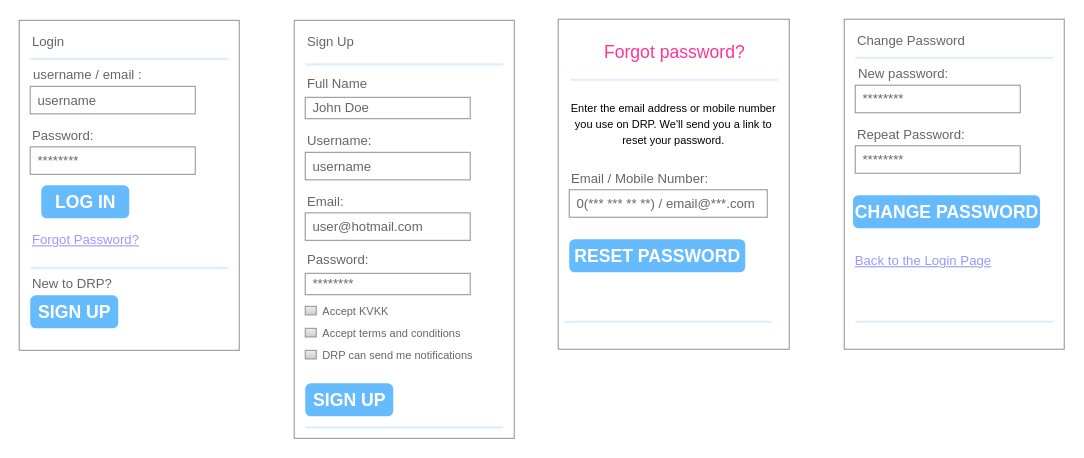
bounswe/bounswe2023group2 keeps this draw.io diagram as mockups/Account Mockups.drawio. Above is the earlier version. Source tidied: cells renumbered, new cells numbered last; positions are measured from the earlier drawing's top-left corner, leaving out a move shared by most shapes. Both pictures are drawn from the tidied source at 110%, with x=0, y=0 at pixel (19, 19).
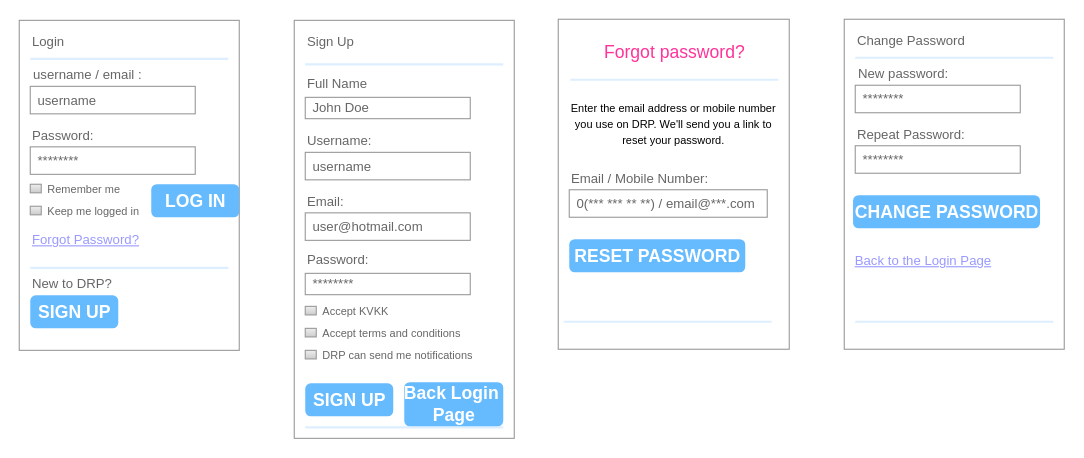
Above is the later version.

The change refers to these unchanged cells:
```xml
<mxCell id="2" style="strokeWidth=1;shadow=0;dashed=0;align=center;html=1;shape=mxgraph.mockup.forms.rrect;rSize=0;strokeColor=#999999;fillColor=#ffffff;" parent="1" vertex="1">
  <mxGeometry y="1" width="200" height="300" as="geometry" />
</mxCell>
<mxCell id="14" style="strokeWidth=1;shadow=0;dashed=0;align=center;html=1;shape=mxgraph.mockup.forms.rrect;rSize=0;strokeColor=#999999;fillColor=#ffffff;" parent="1" vertex="1">
  <mxGeometry x="250" y="1" width="200" height="380" as="geometry" />
</mxCell>
```

The edit, as a diff of the source:
```diff
@@
     <mxCell id="9" value="&lt;span style=&quot;white-space: pre;&quot;&gt;L&lt;/span&gt;OG IN" style="strokeWidth=1;shadow=0;dashed=0;align=center;html=1;shape=mxgraph.mockup.forms.rrect;rSize=5;strokeColor=none;fontColor=#ffffff;fillColor=#66bbff;fontSize=16;fontStyle=1;" parent="2" vertex="1">
       <mxGeometry y="1" width="80" height="30" relative="1" as="geometry">
-        <mxPoint x="20" y="-150" as="offset" />
+        <mxPoint x="120" y="-151" as="offset" />
       </mxGeometry>
     </mxCell>
@@
+    <mxCell id="50" value="&lt;p style=&quot;line-height: 110%;&quot;&gt;&lt;font style=&quot;font-size: 10px;&quot;&gt;Keep me logged in&lt;/font&gt;&lt;/p&gt;" style="strokeWidth=1;shadow=0;dashed=0;align=center;html=1;shape=mxgraph.mockup.forms.rrect;rSize=0;fillColor=#eeeeee;strokeColor=#999999;gradientColor=#cccccc;align=left;spacingLeft=4;fontSize=17;fontColor=#666666;labelPosition=right;" parent="2" vertex="1">
+      <mxGeometry x="10" y="169" width="10" height="7.8" as="geometry" />
+    </mxCell>
+    <mxCell id="51" value="&lt;p style=&quot;line-height: 110%;&quot;&gt;&lt;font style=&quot;font-size: 10px;&quot;&gt;Remember me&lt;/font&gt;&lt;/p&gt;" style="strokeWidth=1;shadow=0;dashed=0;align=center;html=1;shape=mxgraph.mockup.forms.rrect;rSize=0;fillColor=#eeeeee;strokeColor=#999999;gradientColor=#cccccc;align=left;spacingLeft=4;fontSize=17;fontColor=#666666;labelPosition=right;" parent="2" vertex="1">
+      <mxGeometry x="10" y="149" width="10" height="7.8" as="geometry" />
+    </mxCell>
@@
+    <mxCell id="52" value="&lt;span style=&quot;white-space: pre;&quot;&gt;Back Login &lt;br/&gt;Page&lt;br/&gt;&lt;/span&gt;" style="strokeWidth=1;shadow=0;dashed=0;align=center;html=1;shape=mxgraph.mockup.forms.rrect;rSize=5;strokeColor=none;fontColor=#ffffff;fillColor=#66bbff;fontSize=16;fontStyle=1;" parent="14" vertex="1">
+      <mxGeometry x="100" y="329" width="90" height="40" as="geometry" />
+    </mxCell>
```
